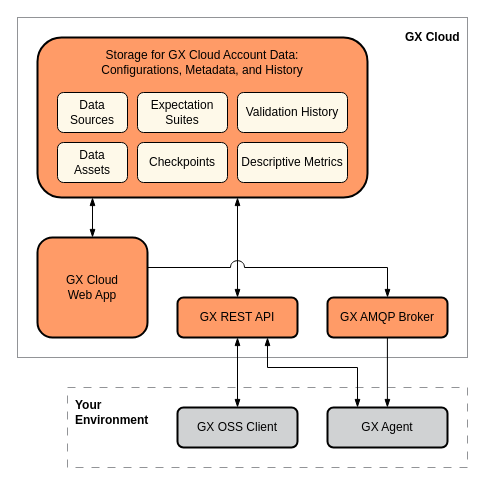
The draw.io diagram page "gx-cloud-architecture" (1 of 4) of docs/docusaurus/docs/cloud/architecture_deployment_images/gx_cloud_architecture_and_deployment_diagrams.drawio in great-expectations/great_expectations, before the edit. Source tidied: cells renumbered, new cells numbered last; positions are measured from the earlier drawing's top-left corner, leaving out a move shared by most shapes. Both pictures are drawn from the tidied source at 100%, with x=0, y=0 at pixel (17, 17).
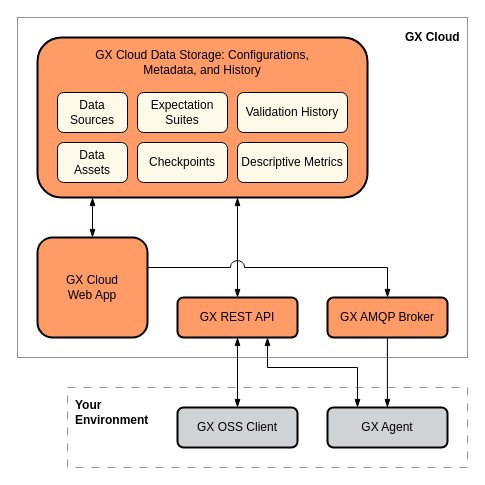
The same diagram, later.

Diff of the diagram source:
```diff
@@
-    <mxCell id="9" value="Storage for GX Cloud Account Data: Configurations, Metadata, and History" style="text;html=1;strokeColor=none;fillColor=none;align=center;verticalAlign=middle;whiteSpace=wrap;rounded=0;" parent="1" vertex="1">
+    <mxCell id="9" value="GX Cloud Data Storage: Configurations, Metadata, and History" style="text;html=1;strokeColor=none;fillColor=none;align=center;verticalAlign=middle;whiteSpace=wrap;rounded=0;" parent="1" vertex="1">
       <mxGeometry x="55" y="20" width="260" height="50" as="geometry" />
     </mxCell>
```
